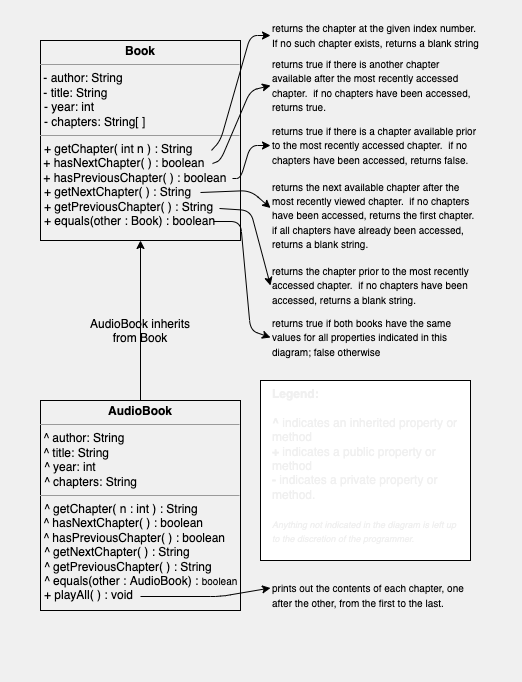
Above: images/uml_diagram.png in java-students-spring2023/exam-2b (draw.io), before the change. Source tidied: cells renumbered, new cells last; positions are measured from the earlier drawing's top-left corner, leaving out a move shared by most shapes.
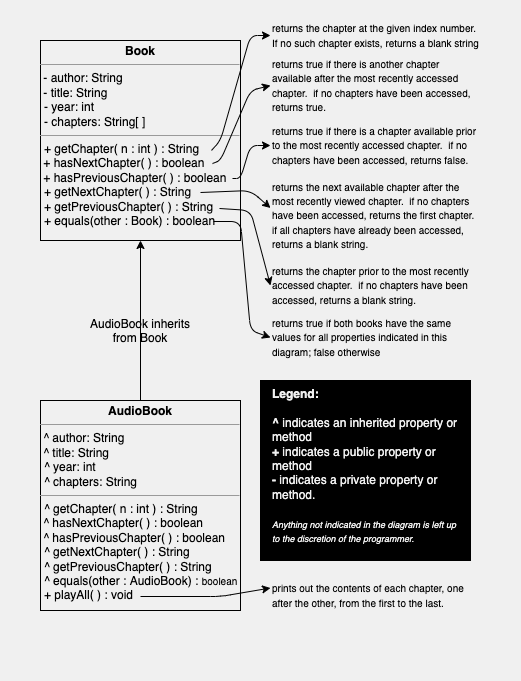
After the change.

Diff of the diagram source:
```diff
@@ -5,7 +5,7 @@
     <mxCell id="2" style="rounded=0;whiteSpace=wrap;html=1;labelBackgroundColor=#F0F0F0;fontSize=9;fontColor=#000000;strokeColor=none;fillColor=#F0F0F0;" parent="1" vertex="1">
       <mxGeometry width="520" height="680" as="geometry" />
     </mxCell>
-    <mxCell id="3" value="&lt;p style=&quot;margin: 0px ; margin-top: 4px ; text-align: center&quot;&gt;&lt;b&gt;Book&lt;/b&gt;&lt;/p&gt;&lt;hr size=&quot;1&quot;&gt;&amp;nbsp;&lt;font&gt;-&amp;nbsp;author: String&lt;br&gt;&amp;nbsp;-&amp;nbsp;title: String&lt;br&gt;&lt;/font&gt;&lt;p style=&quot;margin: 0px ; margin-left: 4px&quot;&gt;&lt;font&gt;- year: int&lt;/font&gt;&lt;/p&gt;&lt;p style=&quot;margin: 0px ; margin-left: 4px&quot;&gt;- chapters: String[ ]&lt;/p&gt;&lt;hr size=&quot;1&quot;&gt;&lt;p style=&quot;margin: 0px ; margin-left: 4px&quot;&gt;&lt;span&gt;+ getChapter( int n ) : String&lt;/span&gt;&lt;br&gt;&lt;/p&gt;&lt;font&gt;&amp;nbsp;+&lt;span&gt;&amp;nbsp;hasNextChapter( ) : boolean&lt;/span&gt;&lt;br&gt;&amp;nbsp;+&lt;span&gt;&amp;nbsp;&lt;/span&gt;&lt;span&gt;hasPreviousChapter( ) : boolean&lt;/span&gt;&lt;/font&gt;&lt;span&gt;&lt;br&gt;&lt;/span&gt;&lt;p style=&quot;margin: 0px ; margin-left: 4px&quot;&gt;+ getNextChapter( ) : String&lt;/p&gt;&lt;p style=&quot;margin: 0px ; margin-left: 4px&quot;&gt;+ getPreviousChapter( ) : String&lt;/p&gt;&lt;p style=&quot;margin: 0px ; margin-left: 4px&quot;&gt;+ equals(other : Book) : &lt;font style=&quot;font-size: 12px&quot;&gt;boolean&lt;/font&gt;&lt;/p&gt;&lt;p style=&quot;margin: 0px 0px 0px 4px&quot;&gt;&lt;br&gt;&lt;/p&gt;" style="verticalAlign=top;align=left;overflow=fill;fontSize=12;fontFamily=Helvetica;html=1;fillColor=#F0F0F0;strokeColor=#000000;fontColor=#000000;" parent="1" vertex="1">
+    <mxCell id="3" value="&lt;p style=&quot;margin: 0px ; margin-top: 4px ; text-align: center&quot;&gt;&lt;b&gt;Book&lt;/b&gt;&lt;/p&gt;&lt;hr size=&quot;1&quot;&gt;&amp;nbsp;&lt;font&gt;-&amp;nbsp;author: String&lt;br&gt;&amp;nbsp;-&amp;nbsp;title: String&lt;br&gt;&lt;/font&gt;&lt;p style=&quot;margin: 0px ; margin-left: 4px&quot;&gt;&lt;font&gt;- year: int&lt;/font&gt;&lt;/p&gt;&lt;p style=&quot;margin: 0px ; margin-left: 4px&quot;&gt;- chapters: String[ ]&lt;/p&gt;&lt;hr size=&quot;1&quot;&gt;&lt;p style=&quot;margin: 0px ; margin-left: 4px&quot;&gt;&lt;span&gt;+ getChapter( n : int ) : String&lt;/span&gt;&lt;br&gt;&lt;/p&gt;&lt;font&gt;&amp;nbsp;+&lt;span&gt;&amp;nbsp;hasNextChapter( ) : boolean&lt;/span&gt;&lt;br&gt;&amp;nbsp;+&lt;span&gt;&amp;nbsp;&lt;/span&gt;&lt;span&gt;hasPreviousChapter( ) : boolean&lt;/span&gt;&lt;/font&gt;&lt;span&gt;&lt;br&gt;&lt;/span&gt;&lt;p style=&quot;margin: 0px ; margin-left: 4px&quot;&gt;+ getNextChapter( ) : String&lt;/p&gt;&lt;p style=&quot;margin: 0px ; margin-left: 4px&quot;&gt;+ getPreviousChapter( ) : String&lt;/p&gt;&lt;p style=&quot;margin: 0px ; margin-left: 4px&quot;&gt;+ equals(other : Book) : &lt;font style=&quot;font-size: 12px&quot;&gt;boolean&lt;/font&gt;&lt;/p&gt;&lt;p style=&quot;margin: 0px 0px 0px 4px&quot;&gt;&lt;br&gt;&lt;/p&gt;" style="verticalAlign=top;align=left;overflow=fill;fontSize=12;fontFamily=Helvetica;html=1;fillColor=#F0F0F0;strokeColor=#000000;fontColor=#000000;" parent="1" vertex="1">
       <mxGeometry x="40" y="40" width="200" height="200" as="geometry" />
     </mxCell>
     <mxCell id="4" style="endArrow=classic;html=1;exitX=0.855;exitY=0.694;exitDx=0;exitDy=0;exitPerimeter=0;entryX=0;entryY=0.5;entryDx=0;entryDy=0;labelBackgroundColor=default;fontColor=#F0F0F0;strokeColor=#000000;" parent="1" edge="1" target="5">
@@ -86,7 +86,7 @@
         <mxPoint x="140" y="240" as="targetPoint" />
       </mxGeometry>
     </mxCell>
-    <mxCell id="18" value="&lt;b&gt;Legend:&lt;/b&gt;&lt;br&gt;&lt;br&gt;&lt;b&gt;^&lt;/b&gt; indicates an inherited property or method&lt;br&gt;&lt;b&gt;+&lt;/b&gt; indicates a public property or method&lt;br&gt;&lt;b&gt;-&lt;/b&gt; indicates a private property or method.&lt;br&gt;&lt;font style=&quot;font-size: 9px&quot;&gt;&lt;br&gt;&lt;i&gt;&lt;font style=&quot;font-size: 9px&quot;&gt;Anything not indicated in the diagram is left up to the discretion of the programmer.&lt;/font&gt;&lt;/i&gt;&lt;/font&gt;" style="text;html=1;strokeColor=#000000;fillColor=default;align=left;verticalAlign=top;whiteSpace=wrap;rounded=0;fontColor=#F0F0F0;spacingLeft=10;spacingRight=10;" parent="1" vertex="1">
+    <mxCell id="18" value="&lt;b&gt;Legend:&lt;/b&gt;&lt;br&gt;&lt;br&gt;&lt;b&gt;^&lt;/b&gt; indicates an inherited property or method&lt;br&gt;&lt;b&gt;+&lt;/b&gt; indicates a public property or method&lt;br&gt;&lt;b&gt;-&lt;/b&gt; indicates a private property or method.&lt;br&gt;&lt;font style=&quot;font-size: 9px&quot;&gt;&lt;br&gt;&lt;i&gt;&lt;font style=&quot;font-size: 9px&quot;&gt;Anything not indicated in the diagram is left up to the discretion of the programmer.&lt;/font&gt;&lt;/i&gt;&lt;/font&gt;" style="text;html=1;strokeColor=#000000;fillColor=#000000;align=left;verticalAlign=top;whiteSpace=wrap;rounded=0;fontColor=#F0F0F0;spacingLeft=10;spacingRight=10;labelBackgroundColor=none;gradientColor=none;" parent="1" vertex="1">
       <mxGeometry x="260" y="380" width="210" height="180" as="geometry" />
     </mxCell>
     <mxCell id="19" value="&lt;meta charset=&quot;utf-8&quot;&gt;&lt;span style=&quot;font-family: helvetica; font-size: 12px; font-style: normal; font-weight: 400; letter-spacing: normal; text-indent: 0px; text-transform: none; word-spacing: 0px; display: inline; float: none;&quot;&gt;AudioBook inherits from Book&lt;/span&gt;&lt;br style=&quot;font-family: helvetica; font-size: 12px; font-style: normal; font-weight: 400; letter-spacing: normal; text-indent: 0px; text-transform: none; word-spacing: 0px;&quot;&gt;" style="text;whiteSpace=wrap;html=1;fontSize=10;fontColor=#000000;align=center;labelBackgroundColor=none;" parent="1" vertex="1">
```
